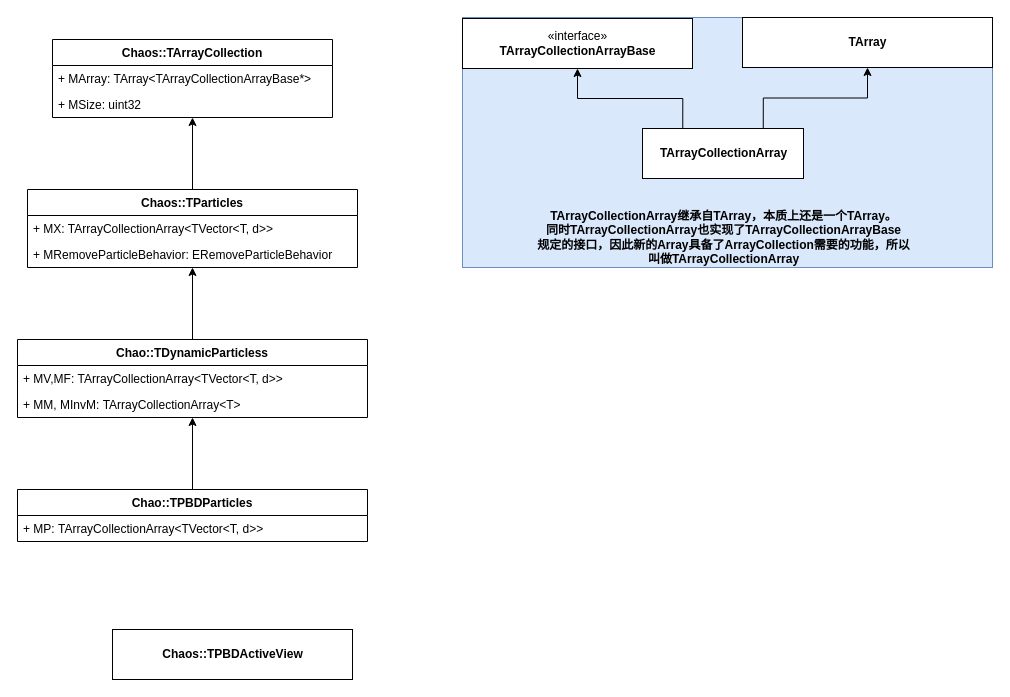
Before: ChaosDataStructure.drawio in wxhaooo/UE4-Beginner-Guide, a draw.io diagram. Source tidied: cells renumbered, new cells numbered last; positions are measured from the earlier drawing's top-left corner, leaving out a move shared by most shapes. Both pictures are drawn from the tidied source at 100%, with x=0, y=0 at pixel (17, 17).
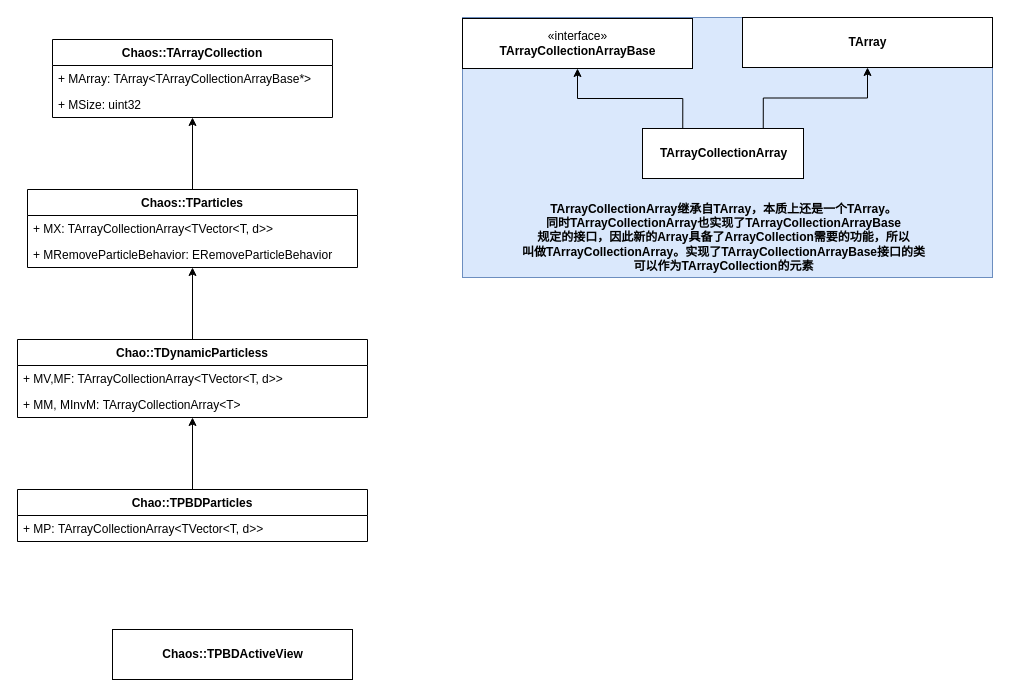
The same diagram, later.

The edit, as a diff of the source:
```diff
@@
     <mxCell id="17" style="group;fillColor=#dae8fc;strokeColor=#6c8ebf;" parent="1" vertex="1">
-      <mxGeometry x="445" width="530" height="250" as="geometry" />
+      <mxGeometry x="445" width="530" height="260" as="geometry" />
     </mxCell>
@@
-    <mxCell id="23" value="&lt;b&gt;TArrayCollectionArray继承自TArray，本质上还是一个TArray。&lt;br&gt;同时TArrayCollectionArray也实现了TArrayCollectionArrayBase&lt;br&gt;规定的接口，因此新的Array具备了ArrayCollection需要的功能，所以&lt;br&gt;叫做TArrayCollectionArray&lt;br&gt;&lt;/b&gt;" style="text;html=1;align=center;verticalAlign=middle;strokeColor=none;fillColor=none;" parent="17" vertex="1">
-      <mxGeometry x="65.5" y="190" width="390" height="60" as="geometry" />
+    <mxCell id="23" value="&lt;b&gt;TArrayCollectionArray继承自TArray，本质上还是一个TArray。&lt;br&gt;同时TArrayCollectionArray也实现了TArrayCollectionArrayBase&lt;br&gt;规定的接口，因此新的Array具备了ArrayCollection需要的功能，所以&lt;br&gt;叫做TArrayCollectionArray。实现了TArrayCollectionArrayBase接口的类&lt;br&gt;可以作为TArrayCollection的元素&lt;br&gt;&lt;/b&gt;" style="text;html=1;align=center;verticalAlign=middle;strokeColor=none;fillColor=none;" parent="17" vertex="1">
+      <mxGeometry x="50.5" y="180" width="420" height="80" as="geometry" />
     </mxCell>
```
